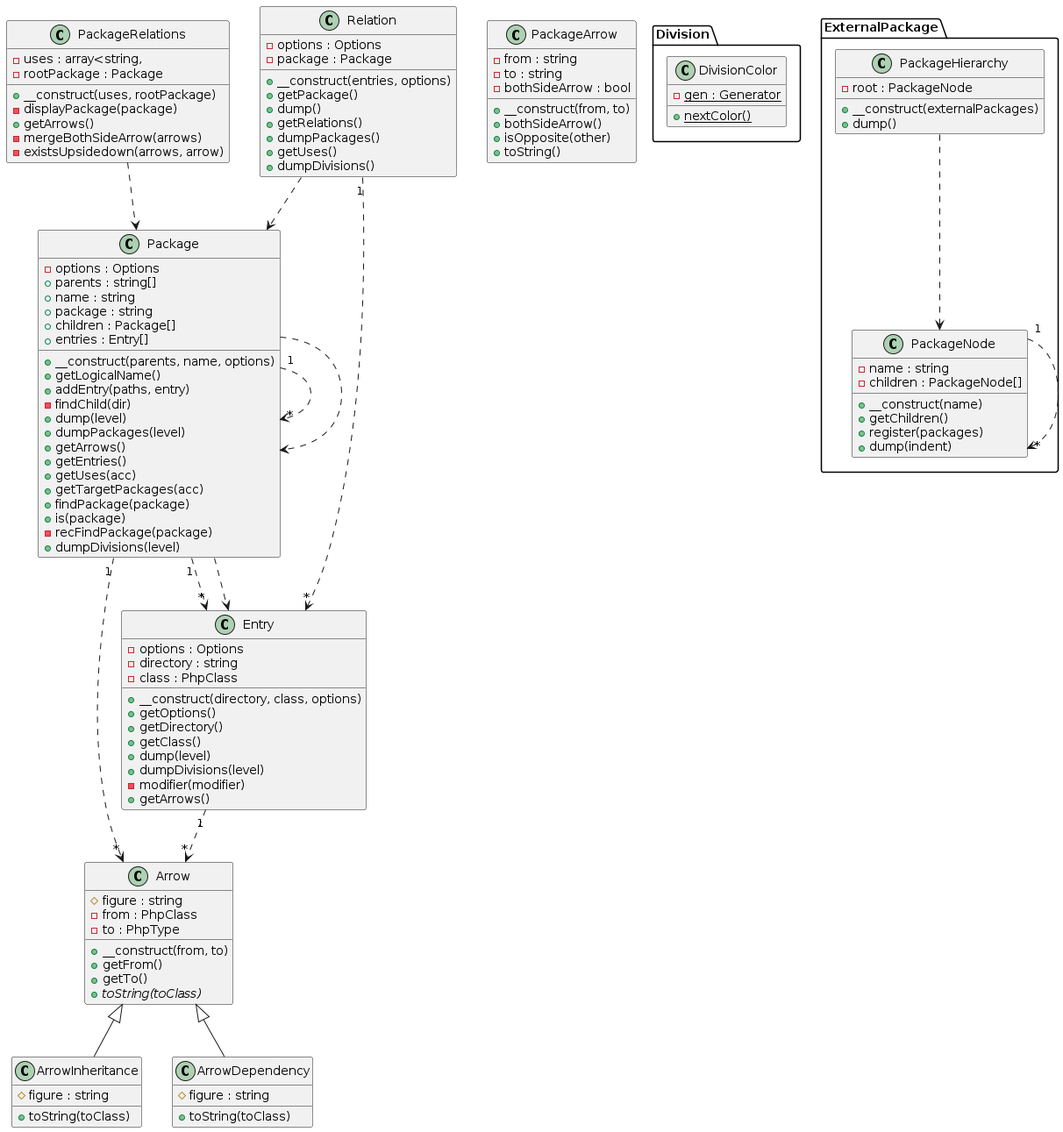
Before: dogfood.png, a diagram exported from PlantUML (smeghead/php-class-diagram).
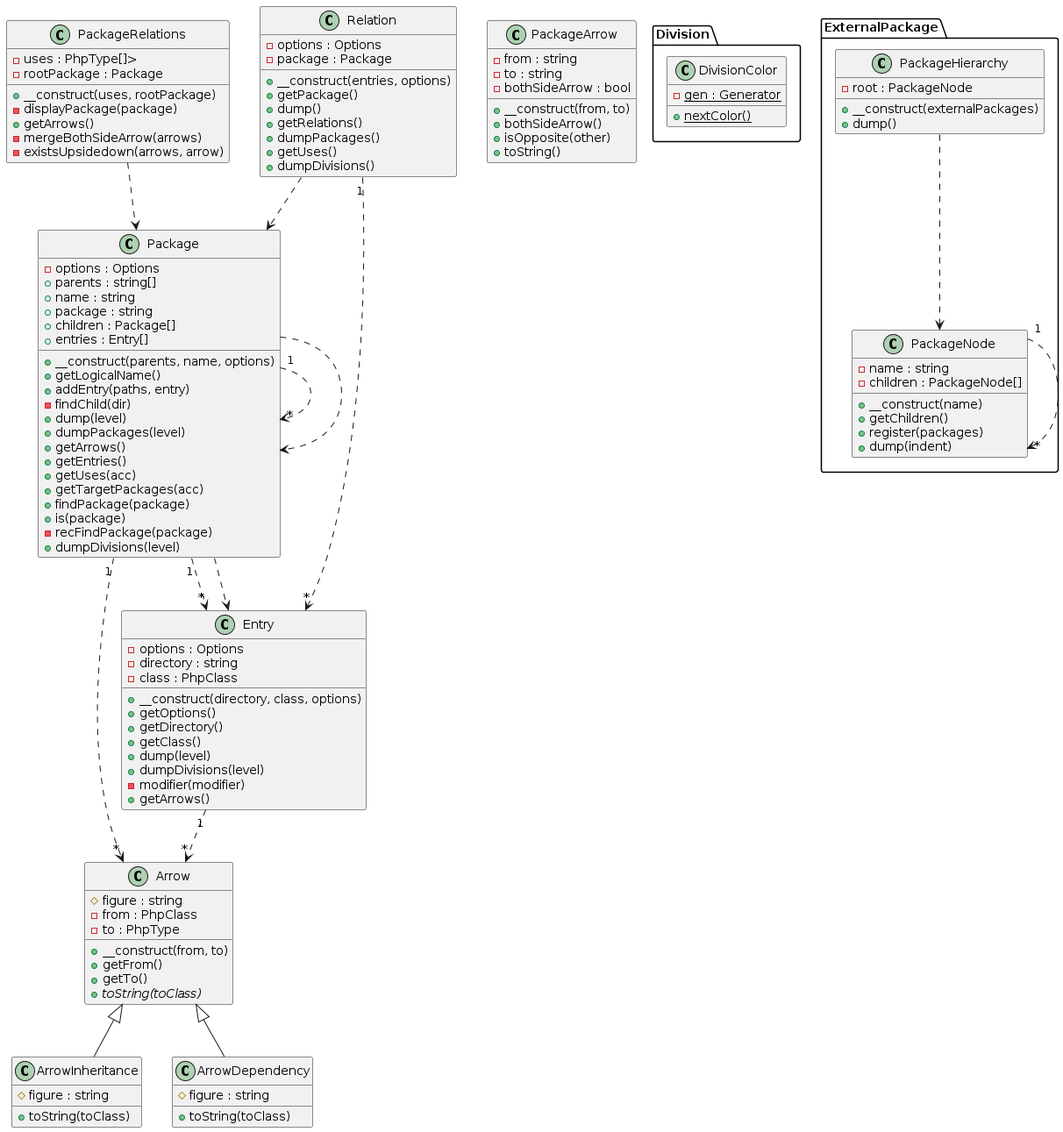
The same diagram one commit later.

Commit message:
fix Type Description like `array<int, string>` don't berecoganized.

The edit, as a diff of the source:
```diff
@@ -35,7 +35,7 @@
     +toString()
   }
   class "PackageRelations" as PackageRelations {
-    -uses : array<string,
+    -uses : PhpType[]>
     -rootPackage : Package
     +__construct(uses, rootPackage)
     -displayPackage(package)
```
